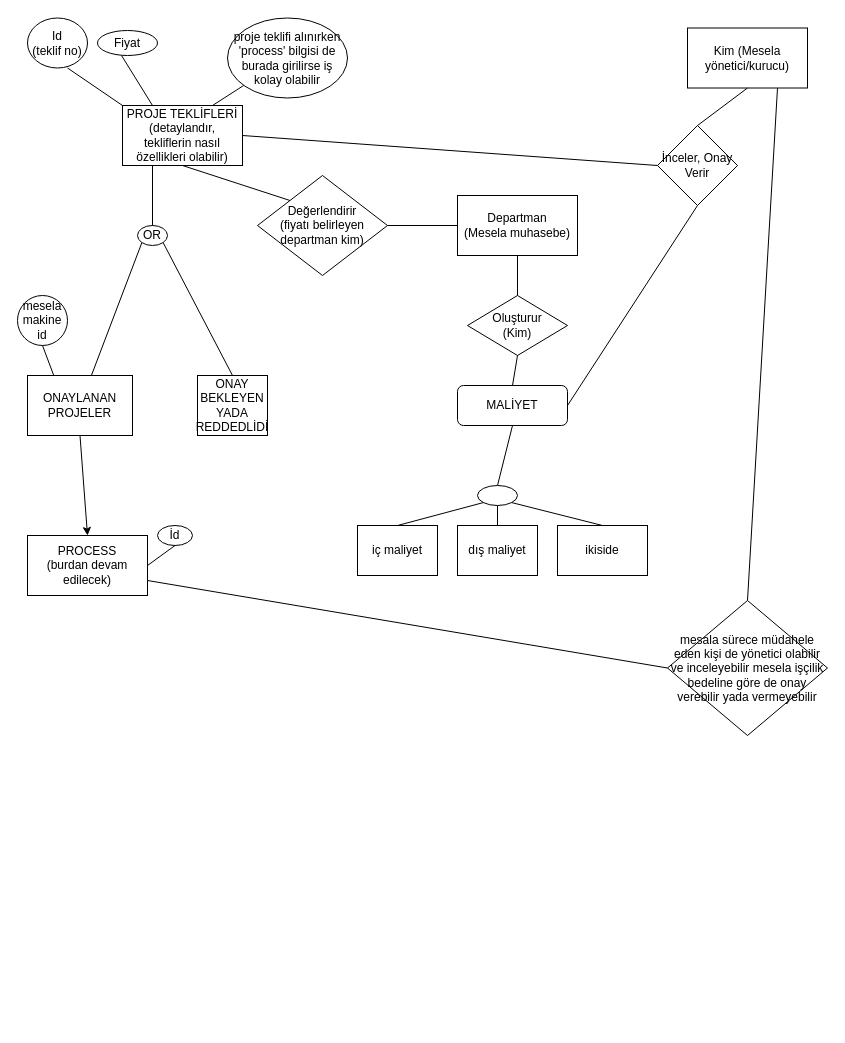
Above: duzce.drawio in YamanOnur/duzce (draw.io), before the change. Source tidied: cells renumbered, new cells numbered last; positions are measured from the earlier drawing's top-left corner, leaving out a move shared by most shapes. Both pictures are drawn from the tidied source at 100%, with x=0, y=0 at pixel (17, 17).
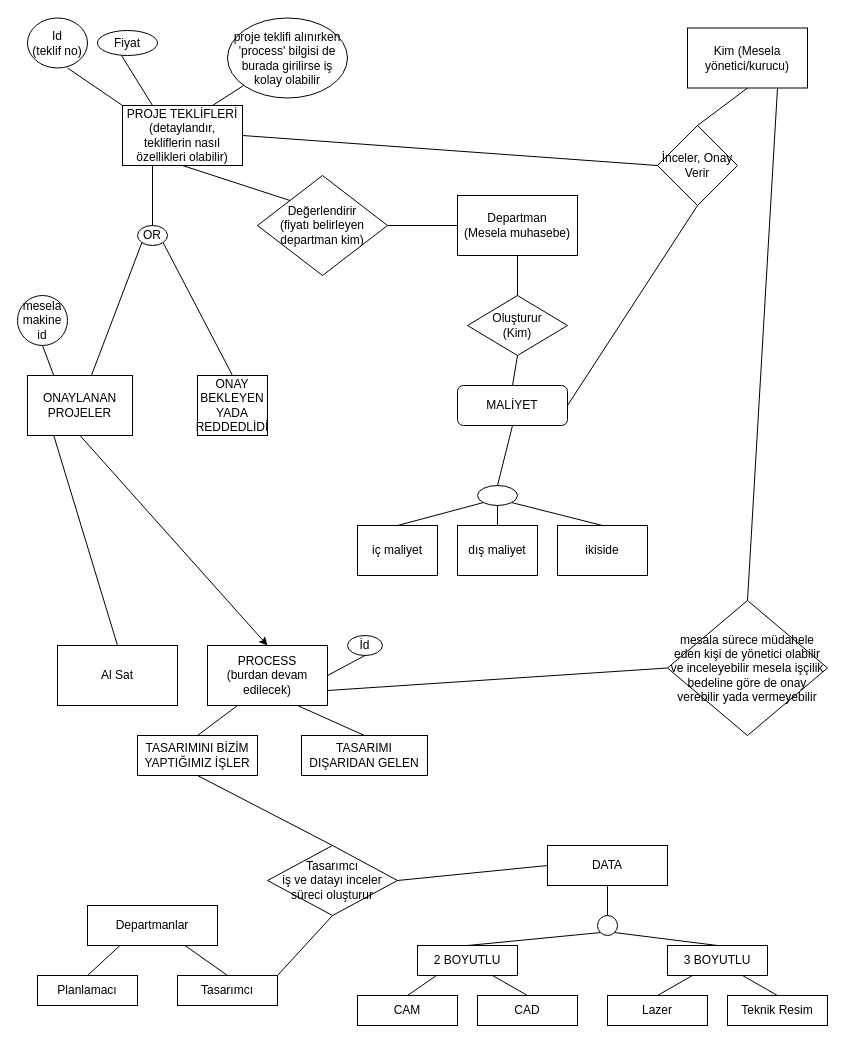
After the change.

Unchanged cells that the change refers to:
```xml
<mxCell id="29" value="ONAYLANAN PROJELER" style="rounded=0;whiteSpace=wrap;html=1;" parent="1" vertex="1">
  <mxGeometry x="10" y="358" width="105" height="60" as="geometry" />
</mxCell>
```

Change to the diagram source:
```diff
@@
     <mxCell id="38" value="PROCESS&lt;br&gt;(burdan devam edilecek)" style="rounded=0;whiteSpace=wrap;html=1;" parent="1" vertex="1">
-      <mxGeometry x="10" y="518" width="120" height="60" as="geometry" />
+      <mxGeometry x="190" y="628" width="120" height="60" as="geometry" />
     </mxCell>
     <mxCell id="39" value="İd" style="ellipse;whiteSpace=wrap;html=1;" parent="1" vertex="1">
-      <mxGeometry x="140" y="508" width="35" height="20" as="geometry" />
+      <mxGeometry x="330" y="618" width="35" height="20" as="geometry" />
     </mxCell>
@@
+    <mxCell id="45" style="endArrow=none;html=1;rounded=0;entryX=0.25;entryY=1;entryDx=0;entryDy=0;exitX=0.5;exitY=0;exitDx=0;exitDy=0;" parent="1" edge="1" source="46" target="29">
+      <mxGeometry relative="1" as="geometry" />
+    </mxCell>
+    <mxCell id="46" value="Al Sat" style="rounded=0;whiteSpace=wrap;html=1;" parent="1" vertex="1">
+      <mxGeometry x="40" y="628" width="120" height="60" as="geometry" />
+    </mxCell>
+    <mxCell id="47" style="endArrow=none;html=1;rounded=0;exitX=0.25;exitY=1;exitDx=0;exitDy=0;entryX=0.5;entryY=0;entryDx=0;entryDy=0;" parent="1" edge="1" source="38" target="48">
+      <mxGeometry relative="1" as="geometry" />
+    </mxCell>
+    <mxCell id="48" value="TASARIMINI BİZİM YAPTIĞIMIZ İŞLER" style="rounded=0;whiteSpace=wrap;html=1;" parent="1" vertex="1">
+      <mxGeometry x="120" y="718" width="120" height="40" as="geometry" />
+    </mxCell>
+    <mxCell id="49" value="TASARIMI DIŞARIDAN GELEN" style="rounded=0;whiteSpace=wrap;html=1;" parent="1" vertex="1">
+      <mxGeometry x="284" y="718" width="126" height="40" as="geometry" />
+    </mxCell>
+    <mxCell id="50" style="endArrow=none;html=1;rounded=0;entryX=0.75;entryY=1;entryDx=0;entryDy=0;exitX=0.5;exitY=0;exitDx=0;exitDy=0;" parent="1" edge="1" source="49" target="38">
+      <mxGeometry relative="1" as="geometry" />
+    </mxCell>
+    <mxCell id="51" value="DATA" style="rounded=0;whiteSpace=wrap;html=1;" parent="1" vertex="1">
+      <mxGeometry x="530" y="828" width="120" height="40" as="geometry" />
+    </mxCell>
+    <mxCell id="52" style="endArrow=none;html=1;rounded=0;exitX=0.5;exitY=0;exitDx=0;exitDy=0;entryX=0;entryY=1;entryDx=0;entryDy=0;" parent="1" edge="1" source="53" target="56">
+      <mxGeometry relative="1" as="geometry" />
+    </mxCell>
+    <mxCell id="53" value="2 BOYUTLU" style="rounded=0;whiteSpace=wrap;html=1;" parent="1" vertex="1">
+      <mxGeometry x="400" y="928" width="100" height="30" as="geometry" />
+    </mxCell>
+    <mxCell id="54" value="3 BOYUTLU" style="rounded=0;whiteSpace=wrap;html=1;" parent="1" vertex="1">
+      <mxGeometry x="650" y="928" width="100" height="30" as="geometry" />
+    </mxCell>
+    <mxCell id="55" style="endArrow=none;html=1;rounded=0;entryX=1;entryY=1;entryDx=0;entryDy=0;exitX=0.5;exitY=0;exitDx=0;exitDy=0;" parent="1" edge="1" source="54" target="56">
+      <mxGeometry relative="1" as="geometry" />
+    </mxCell>
+    <mxCell id="56" style="ellipse;whiteSpace=wrap;html=1;" parent="1" vertex="1">
+      <mxGeometry x="580" y="898" width="20" height="20" as="geometry" />
+    </mxCell>
+    <mxCell id="57" style="endArrow=none;html=1;rounded=0;entryX=0.5;entryY=1;entryDx=0;entryDy=0;exitX=0.5;exitY=0;exitDx=0;exitDy=0;" parent="1" edge="1" source="56" target="51">
+      <mxGeometry relative="1" as="geometry" />
+    </mxCell>
+    <mxCell id="58" style="endArrow=none;html=1;rounded=0;entryX=0.19;entryY=1;entryDx=0;entryDy=0;entryPerimeter=0;exitX=0.5;exitY=0;exitDx=0;exitDy=0;" parent="1" edge="1" source="59" target="53">
+      <mxGeometry relative="1" as="geometry" />
+    </mxCell>
+    <mxCell id="59" value="CAM" style="rounded=0;whiteSpace=wrap;html=1;" parent="1" vertex="1">
+      <mxGeometry x="340" y="978" width="100" height="30" as="geometry" />
+    </mxCell>
+    <mxCell id="60" value="CAD" style="rounded=0;whiteSpace=wrap;html=1;" parent="1" vertex="1">
+      <mxGeometry x="460" y="978" width="100" height="30" as="geometry" />
+    </mxCell>
+    <mxCell id="61" style="endArrow=none;html=1;rounded=0;entryX=0.75;entryY=1;entryDx=0;entryDy=0;exitX=0.5;exitY=0;exitDx=0;exitDy=0;" parent="1" edge="1" source="60" target="53">
+      <mxGeometry relative="1" as="geometry" />
+    </mxCell>
+    <mxCell id="62" value="Lazer" style="rounded=0;whiteSpace=wrap;html=1;" parent="1" vertex="1">
+      <mxGeometry x="590" y="978" width="100" height="30" as="geometry" />
+    </mxCell>
+    <mxCell id="63" value="Teknik Resim" style="rounded=0;whiteSpace=wrap;html=1;" parent="1" vertex="1">
+      <mxGeometry x="710" y="978" width="100" height="30" as="geometry" />
+    </mxCell>
+    <mxCell id="64" style="endArrow=none;html=1;rounded=0;entryX=0.25;entryY=1;entryDx=0;entryDy=0;exitX=0.5;exitY=0;exitDx=0;exitDy=0;" parent="1" edge="1" source="62" target="54">
+      <mxGeometry relative="1" as="geometry" />
+    </mxCell>
+    <mxCell id="65" style="endArrow=none;html=1;rounded=0;entryX=0.75;entryY=1;entryDx=0;entryDy=0;exitX=0.5;exitY=0;exitDx=0;exitDy=0;" parent="1" edge="1" source="63" target="54">
+      <mxGeometry relative="1" as="geometry" />
+    </mxCell>
+    <mxCell id="66" value="Departmanlar" style="rounded=0;whiteSpace=wrap;html=1;" parent="1" vertex="1">
+      <mxGeometry x="70" y="888" width="130" height="40" as="geometry" />
+    </mxCell>
+    <mxCell id="67" style="endArrow=none;html=1;rounded=0;exitX=0.25;exitY=1;exitDx=0;exitDy=0;entryX=0.5;entryY=0;entryDx=0;entryDy=0;" parent="1" edge="1" source="66" target="68">
+      <mxGeometry relative="1" as="geometry" />
+    </mxCell>
+    <mxCell id="68" value="Planlamacı" style="rounded=0;whiteSpace=wrap;html=1;" parent="1" vertex="1">
+      <mxGeometry x="20" y="958" width="100" height="30" as="geometry" />
+    </mxCell>
+    <mxCell id="69" value="Tasarımcı" style="rounded=0;whiteSpace=wrap;html=1;" parent="1" vertex="1">
+      <mxGeometry x="160" y="958" width="100" height="30" as="geometry" />
+    </mxCell>
+    <mxCell id="70" style="endArrow=none;html=1;rounded=0;exitX=0.5;exitY=0;exitDx=0;exitDy=0;entryX=0.75;entryY=1;entryDx=0;entryDy=0;" parent="1" edge="1" source="69" target="66">
+      <mxGeometry relative="1" as="geometry" />
+    </mxCell>
+    <mxCell id="71" style="endArrow=none;html=1;rounded=0;exitX=1;exitY=0;exitDx=0;exitDy=0;entryX=0.5;entryY=1;entryDx=0;entryDy=0;" parent="1" edge="1" source="69" target="72">
+      <mxGeometry relative="1" as="geometry" />
+    </mxCell>
+    <mxCell id="72" value="Tasarımcı&lt;br&gt;iş ve datayı inceler&lt;br&gt;süreci oluşturur" style="rhombus;whiteSpace=wrap;html=1;" parent="1" vertex="1">
+      <mxGeometry x="250" y="828" width="130" height="70" as="geometry" />
+    </mxCell>
+    <mxCell id="73" style="endArrow=none;html=1;rounded=0;entryX=0.5;entryY=0;entryDx=0;entryDy=0;exitX=0.5;exitY=1;exitDx=0;exitDy=0;" parent="1" edge="1" source="48" target="72">
+      <mxGeometry relative="1" as="geometry" />
+    </mxCell>
+    <mxCell id="74" style="endArrow=none;html=1;rounded=0;exitX=1;exitY=0.5;exitDx=0;exitDy=0;entryX=0;entryY=0.5;entryDx=0;entryDy=0;" parent="1" edge="1" source="72" target="51">
+      <mxGeometry relative="1" as="geometry" />
+    </mxCell>
```
